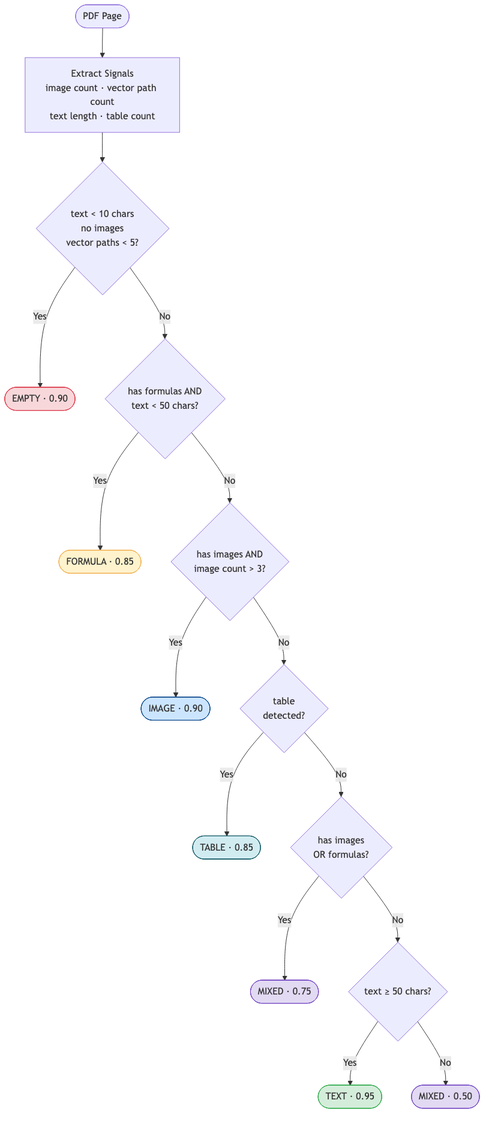
Earlier version of the Mermaid export Thesis_Paper/diagrams/classifier.png (noormartini/pdf2md). Its source is kept beside it as Thesis_Paper/diagrams/classifier.mmd. Source of this version:
```mermaid
flowchart TD
    A([PDF Page]) --> B[Extract Signals\nimage count · vector path count\ntext length · table count]

    B --> C{text < 10 chars\nno images\nvector paths < 5?}
    C -->|Yes| D([EMPTY · 0.90])

    C -->|No| E{has formulas AND\ntext < 50 chars?}
    E -->|Yes| F([FORMULA · 0.85])

    E -->|No| G{has images AND\nimage count > 3?}
    G -->|Yes| H([IMAGE · 0.90])

    G -->|No| I{table\ndetected?}
    I -->|Yes| J([TABLE · 0.85])

    I -->|No| K{has images\nOR formulas?}
    K -->|Yes| L([MIXED · 0.75])

    K -->|No| M{text ≥ 50 chars?}
    M -->|Yes| N([TEXT · 0.95])
    M -->|No| O([MIXED · 0.50])

    style D fill:#f8d7da,stroke:#dc3545
    style F fill:#fff3cd,stroke:#f0ad4e
    style H fill:#cce5ff,stroke:#004085
    style J fill:#d1ecf1,stroke:#0c5460
    style L fill:#e2d9f3,stroke:#6f42c1
    style N fill:#d4edda,stroke:#28a745
    style O fill:#e2d9f3,stroke:#6f42c1
```
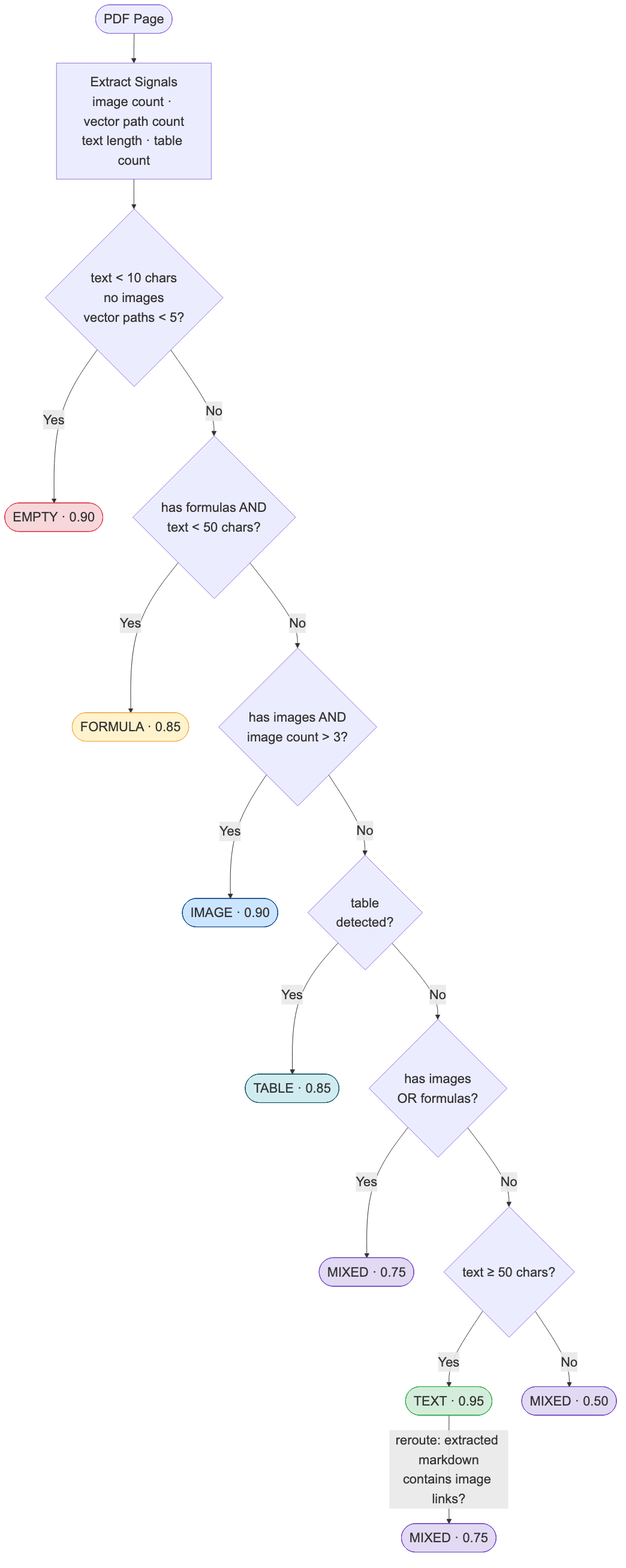
The same diagram one commit later.

Diff of the diagram source:
```diff
@@ -1,3 +1,4 @@
+%%{init: {'theme': 'default', 'themeVariables': {'fontSize': '22px', 'fontFamily': 'arial'}}}%%
 flowchart TD
     A([PDF Page]) --> B[Extract Signals\nimage count · vector path count\ntext length · table count]
 
@@ -20,6 +21,8 @@
     M -->|Yes| N([TEXT · 0.95])
     M -->|No| O([MIXED · 0.50])
 
+    N -->|reroute: extracted markdown\ncontains image links?| P([MIXED · 0.75])
+
     style D fill:#f8d7da,stroke:#dc3545
     style F fill:#fff3cd,stroke:#f0ad4e
     style H fill:#cce5ff,stroke:#004085
@@ -27,3 +30,4 @@
     style L fill:#e2d9f3,stroke:#6f42c1
     style N fill:#d4edda,stroke:#28a745
     style O fill:#e2d9f3,stroke:#6f42c1
+    style P fill:#e2d9f3,stroke:#6f42c1
```
